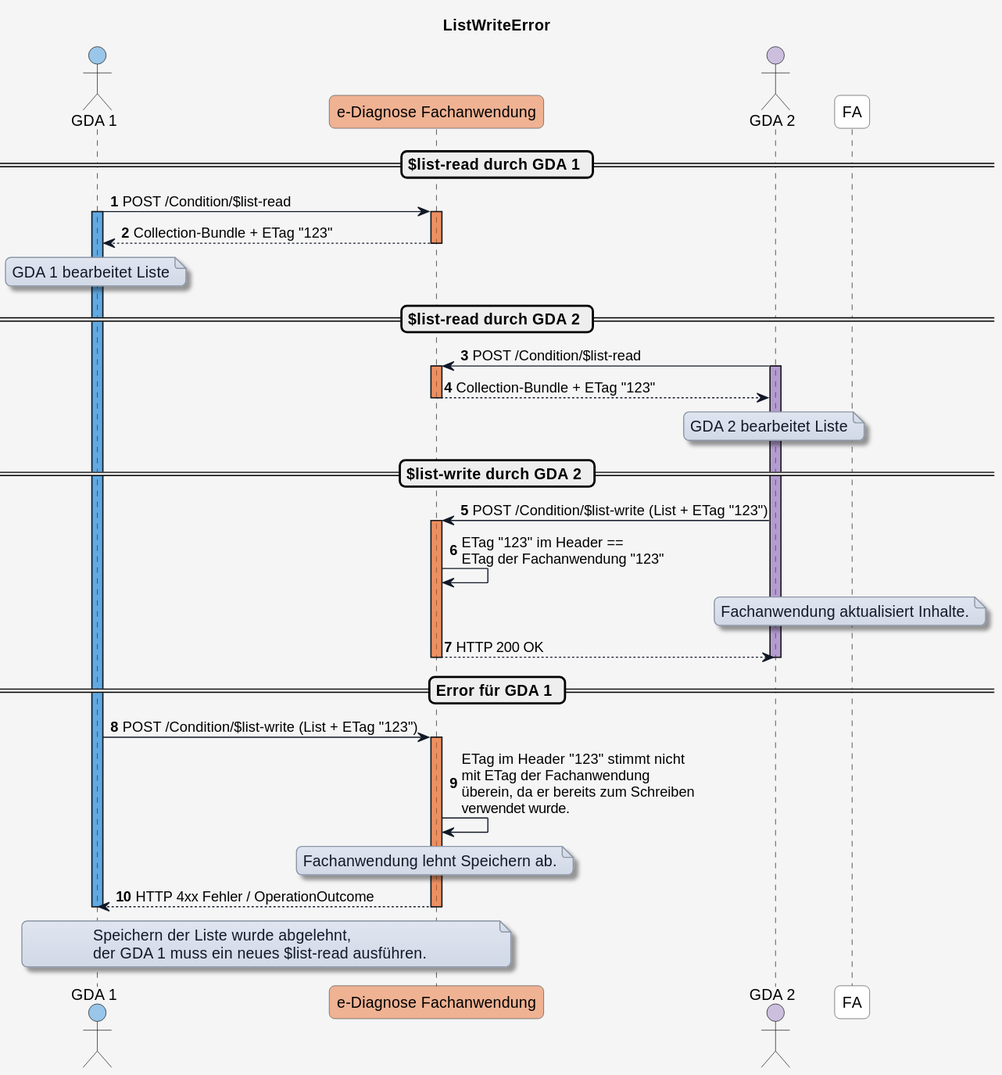
Above: r4-ELGA-e-Diagnose-main/plantuml/diagram_write_error.svg in HL7Austria/hl7austria.github.io (PlantUML), before the change. Source of this version:
```plantuml
@startuml
title ListWriteError

skinparam borderColor #000000
skinparam backgroundColor #f5f5f5
skinparam shadowing false
skinparam roundCorner 10
skinparam defaultFontName "Arial"
skinparam defaultFontSize 14
skinparam defaultFontColor #000000

skinparam note {
  BackgroundColor #e0e5f0-#d1d9e6
  BorderColor #8b95a5
  BorderThickness 1
  RoundCorner 8
  Padding 6
  FontColor #111827
  Shadowing true
}

skinparam HyperlinkColor #0000EE
skinparam HyperlinkUnderline false

skinparam sequence {
  ParticipantBorderColor #555555
  ParticipantBackgroundColor #ffffff
  ParticipantFontColor #000000
  ParticipantFontSize 14
  ParticipantPadding 20
  ArrowColor #111827
  ArrowThickness 1
  ArrowFontColor #000000
  ArrowFontSize 13
  GroupBorderColor #111827
  GroupBackgroundColor #eef2ff
  GroupBorderThickness 2
}

!define COLOR_GDA_1    #0078D460
!define COLOR_GDA_2    #8764B860
!define COLOR_PATIENT  #00950560
!define COLOR_APO      #00B7C360
!define COLOR_DIAG_FA  #E9713280
!define COLOR_E_REZEPT #E7485660

!define COLOR_OK       #50E6FF25
!define COLOR_ERROR    #FF8C0035

actor GDA_1 as "GDA 1" COLOR_GDA_1
participant eDiag_FA as "e-Diagnose Fachanwendung" COLOR_DIAG_FA
actor GDA_2 as "GDA 2" COLOR_GDA_2


autonumber

== $list-read durch GDA 1 ==

GDA_1 -> eDiag_FA: POST /Condition/$list-read
activate GDA_1 COLOR_GDA_1

activate eDiag_FA COLOR_DIAG_FA
eDiag_FA --> GDA_1: Collection-Bundle + ETag "123"
deactivate eDiag_FA

note over GDA_1
  GDA 1 bearbeitet Liste
end note

== $list-read durch GDA 2 ==

GDA_2 -> eDiag_FA: POST /Condition/$list-read
activate GDA_2 COLOR_GDA_2

activate eDiag_FA COLOR_DIAG_FA

eDiag_FA --> GDA_2: Collection-Bundle + ETag "123"
deactivate eDiag_FA

note over GDA_2
  GDA 2 bearbeitet Liste
end note

== $list-write durch GDA 2 ==

GDA_2 -> eDiag_FA: POST /Condition/$list-write (List + ETag "123")

activate eDiag_FA COLOR_DIAG_FA
eDiag_FA -> eDiag_FA: ETag "123" im Header ==\nETag der Fachanwendung "123"

note over FA
  Fachanwendung aktualisiert Inhalte.
end note

eDiag_FA --> GDA_2: HTTP 200 OK
deactivate GDA_2

deactivate eDiag_FA

== Error für GDA 1 ==

GDA_1 -> eDiag_FA: POST /Condition/$list-write (List + ETag "123")

activate eDiag_FA COLOR_DIAG_FA
eDiag_FA -> eDiag_FA: ETag im Header "123" stimmt nicht\nmit ETag der Fachanwendung\nüberein, da er bereits zum Schreiben\nverwendet wurde.

note over eDiag_FA
  Fachanwendung lehnt Speichern ab.
end note

eDiag_FA --> GDA_1: HTTP 4xx Fehler / OperationOutcome
deactivate GDA_1

note over eDiag_FA, GDA_1
  Speichern der Liste wurde abgelehnt,
  der GDA 1 muss ein neues $list-read ausführen.
end note

deactivate eDiag_FA
@enduml
```
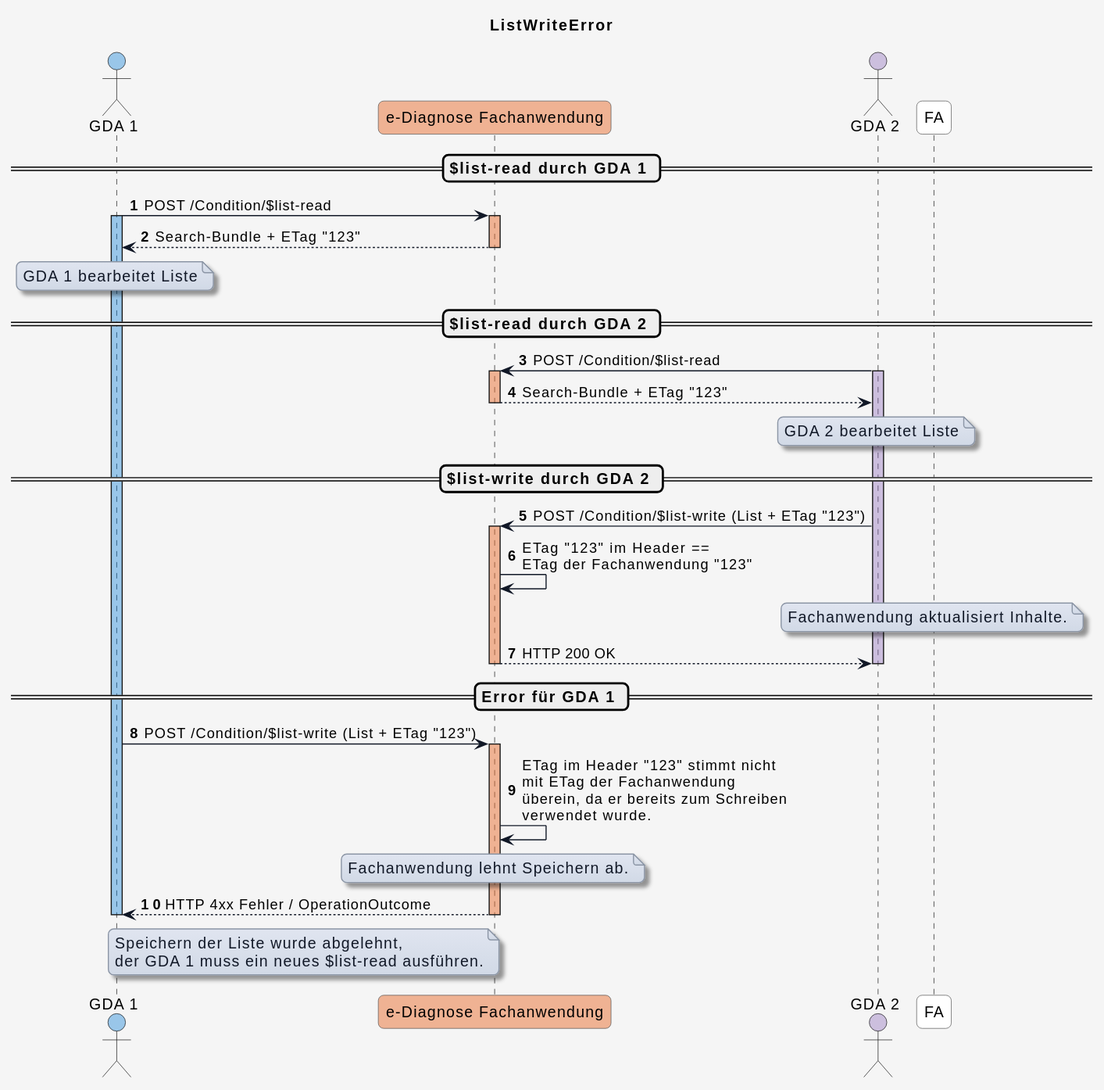
Above is the later version.

What changed in the source:
```diff
@@ -60,7 +60,7 @@
 activate GDA_1 COLOR_GDA_1
 
 activate eDiag_FA COLOR_DIAG_FA
-eDiag_FA --> GDA_1: Collection-Bundle + ETag "123"
+eDiag_FA --> GDA_1: Search-Bundle + ETag "123"
 deactivate eDiag_FA
 
 note over GDA_1
@@ -74,7 +74,7 @@
 
 activate eDiag_FA COLOR_DIAG_FA
 
-eDiag_FA --> GDA_2: Collection-Bundle + ETag "123"
+eDiag_FA --> GDA_2: Search-Bundle + ETag "123"
 deactivate eDiag_FA
 
 note over GDA_2
```
